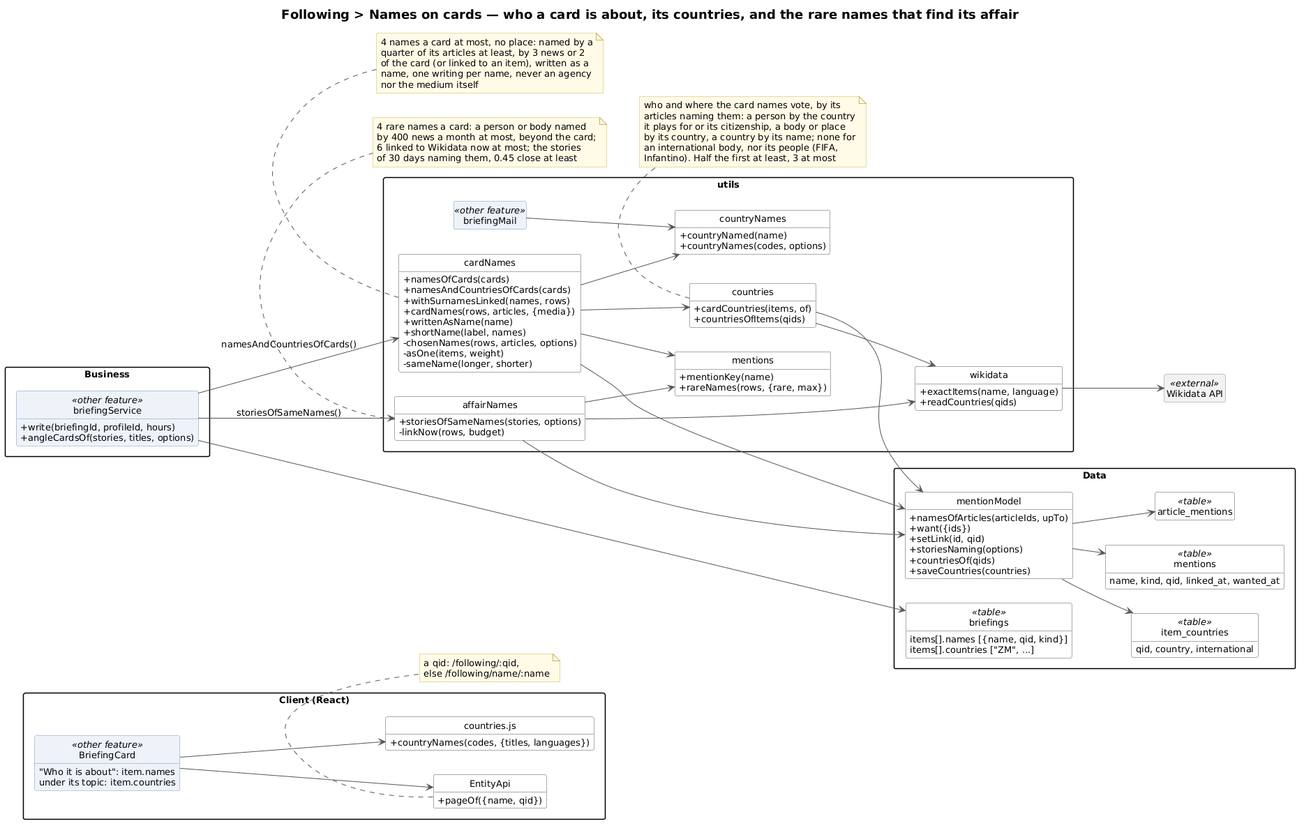
This is docs/following/names-on-cards/following-names-on-cards-class.png from TPI2026-NewsGenerator/NewsGenerator-Backend, a PlantUML export, as it was before one commit.
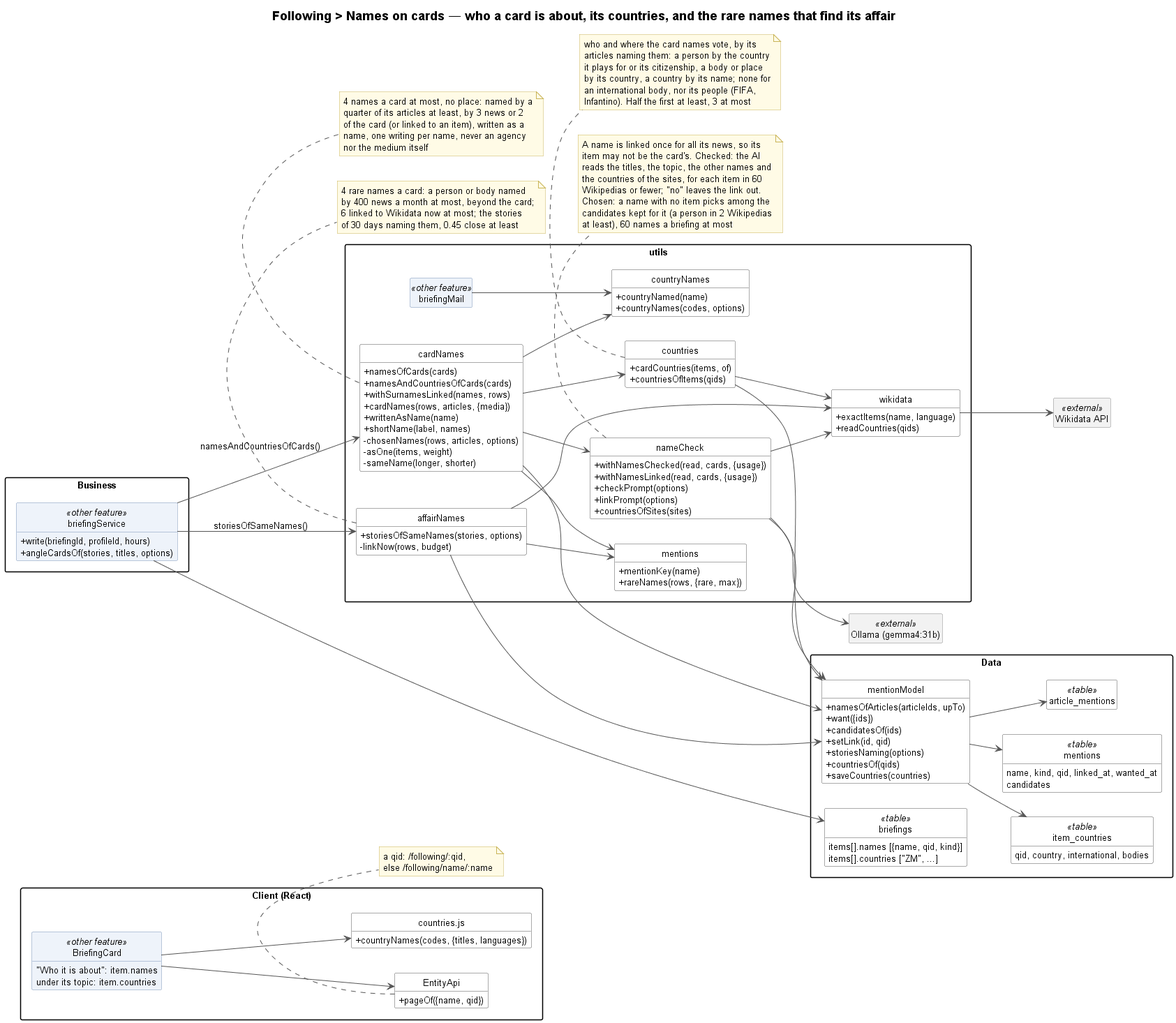
Later version of the same file.

What changed in the source:
```diff
@@ -39,6 +39,13 @@
         - asOne(items, weight)
         - sameName(longer, shorter)
     }
+    class nameCheck {
+        + withNamesChecked(read, cards, {usage})
+        + withNamesLinked(read, cards, {usage})
+        + checkPrompt(options)
+        + linkPrompt(options)
+        + countriesOfSites(sites)
+    }
     class affairNames {
         + storiesOfSameNames(stories, options)
         - linkNow(rows, budget)
@@ -76,6 +83,16 @@
     name, one writing per name, never an agency
     nor the medium itself
 end note
+note bottom of nameCheck
+    A name is linked once for all its news, so its
+    item may not be the card's. Checked: the AI
+    reads the titles, the topic, the other names and
+    the countries of the sites, for each item in 60
+    Wikipedias or fewer; "no" leaves the link out.
+    Chosen: a name with no item picks among the
+    candidates kept for it (a person in 2 Wikipedias
+    at least), 60 names a briefing at most
+end note
 note bottom of affairNames
     4 rare names a card: a person or body named
     by 400 news a month at most, beyond the card;
@@ -87,6 +104,7 @@
     class mentionModel {
         + namesOfArticles(articleIds, upTo)
         + want({ids})
+        + candidatesOf(ids)
         + setLink(id, qid)
         + storiesNaming(options)
         + countriesOf(qids)
@@ -94,6 +112,7 @@
     }
     class "mentions" as mentionsTable <<table>> {
         name, kind, qid, linked_at, wanted_at
+        candidates
     }
     class "article_mentions" as am <<table>>
     class "briefings" as briefings <<table>> {
@@ -101,17 +120,22 @@
         items[].countries ["ZM", ...]
     }
     class "item_countries" as itemCountries <<table>> {
-        qid, country, international
+        qid, country, international, bodies
     }
 }
 
 class "Wikidata API" as WikidataApi <<external>>
+class "Ollama (gemma4:31b)" as Ollama <<external>>
 
 BriefingCard --> EntityApi
 BriefingCard --> countriesJs
 briefingService --> cardNames : namesAndCountriesOfCards()
 briefingMail --> countryNames
 cardNames --> countries
+cardNames --> nameCheck
+nameCheck --> wikidata
+nameCheck --> mentionModel
+nameCheck --> Ollama
 cardNames --> countryNames
 countries --> wikidata
 countries --> mentionModel
```
